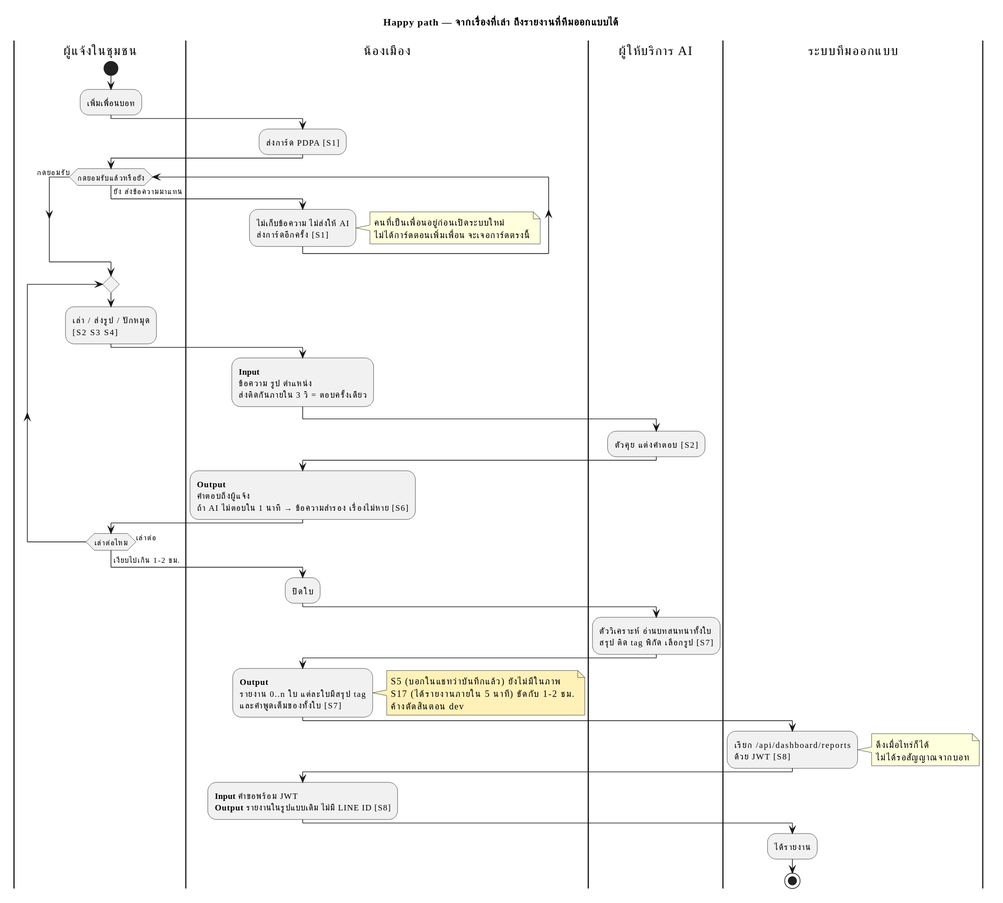
tonkitcstu/ucr-smartcity_chatbot keeps this PlantUML diagram as docs/requirements/05-activitydiagram/happy-path.svg. Above is the earlier version. Its diagram source:
```plantuml
@startuml
skinparam defaultFontName "Thonburi"
skinparam shadowing false

title Happy path — จากเรื่องที่เล่า ถึงรายงานที่ทีมออกแบบได้

|ผู้แจ้งในชุมชน|
start
:เพิ่มเพื่อนบอท;

|น้องเมือง|
:ส่งการ์ด PDPA [S1];

|ผู้แจ้งในชุมชน|
while (กดยอมรับแล้วหรือยัง) is (ยัง ส่งข้อความมาแทน)
  |น้องเมือง|
  :ไม่เก็บข้อความ ไม่ส่งให้ AI
  ส่งการ์ดอีกครั้ง [S1];
  note right
    คนที่เป็นเพื่อนอยู่ก่อนเปิดระบบใหม่
    ไม่ได้การ์ดตอนเพิ่มเพื่อน จะเจอการ์ดตรงนี้
  end note
  |ผู้แจ้งในชุมชน|
endwhile (กดยอมรับ)

repeat
  :เล่า / ส่งรูป / ปักหมุด
  [S2 S3 S4];

  |น้องเมือง|
  :<b>Input</b>
  ข้อความ รูป ตำแหน่ง
  ส่งติดกันภายใน 3 วิ = ตอบครั้งเดียว;

  |ผู้ให้บริการ AI|
  :ตัวคุย แต่งคำตอบ [S2];

  |น้องเมือง|
  :<b>Output</b>
  คำตอบถึงผู้แจ้ง
  ถ้า AI ไม่ตอบใน 1 นาที → ข้อความสำรอง เรื่องไม่หาย [S6];

  |ผู้แจ้งในชุมชน|
repeat while (เล่าต่อไหม) is (เล่าต่อ)
->เงียบไปเกิน 1-2 ชม.;

|น้องเมือง|
:ปิดใบ;

|ผู้ให้บริการ AI|
:ตัววิเคราะห์ อ่านบทสนทนาทั้งใบ
สรุป ติด tag พิกัด เลือกรูป [S7];

|น้องเมือง|
:<b>Output</b>
รายงาน 0..n ใบ แต่ละใบมีสรุป tag
และคำพูดเต็มของทั้งใบ [S7];
note right #FFF1B8
  S5 (บอกในแชทว่าบันทึกแล้ว) ยังไม่มีในภาพ
  S17 (ได้รายงานภายใน 5 นาที) ขัดกับ 1-2 ชม.
  ค้างตัดสินตอน dev
end note

|ระบบทีมออกแบบ|
:เรียก /api/dashboard/reports
ด้วย JWT [S8];
note right
  ดึงเมื่อไหร่ก็ได้
  ไม่ได้รอสัญญาณจากบอท
end note

|น้องเมือง|
:<b>Input</b> คำขอพร้อม JWT
<b>Output</b> รายงานในรูปแบบเดิม ไม่มี LINE ID [S8];

|ระบบทีมออกแบบ|
:ได้รายงาน;
stop
@enduml
```
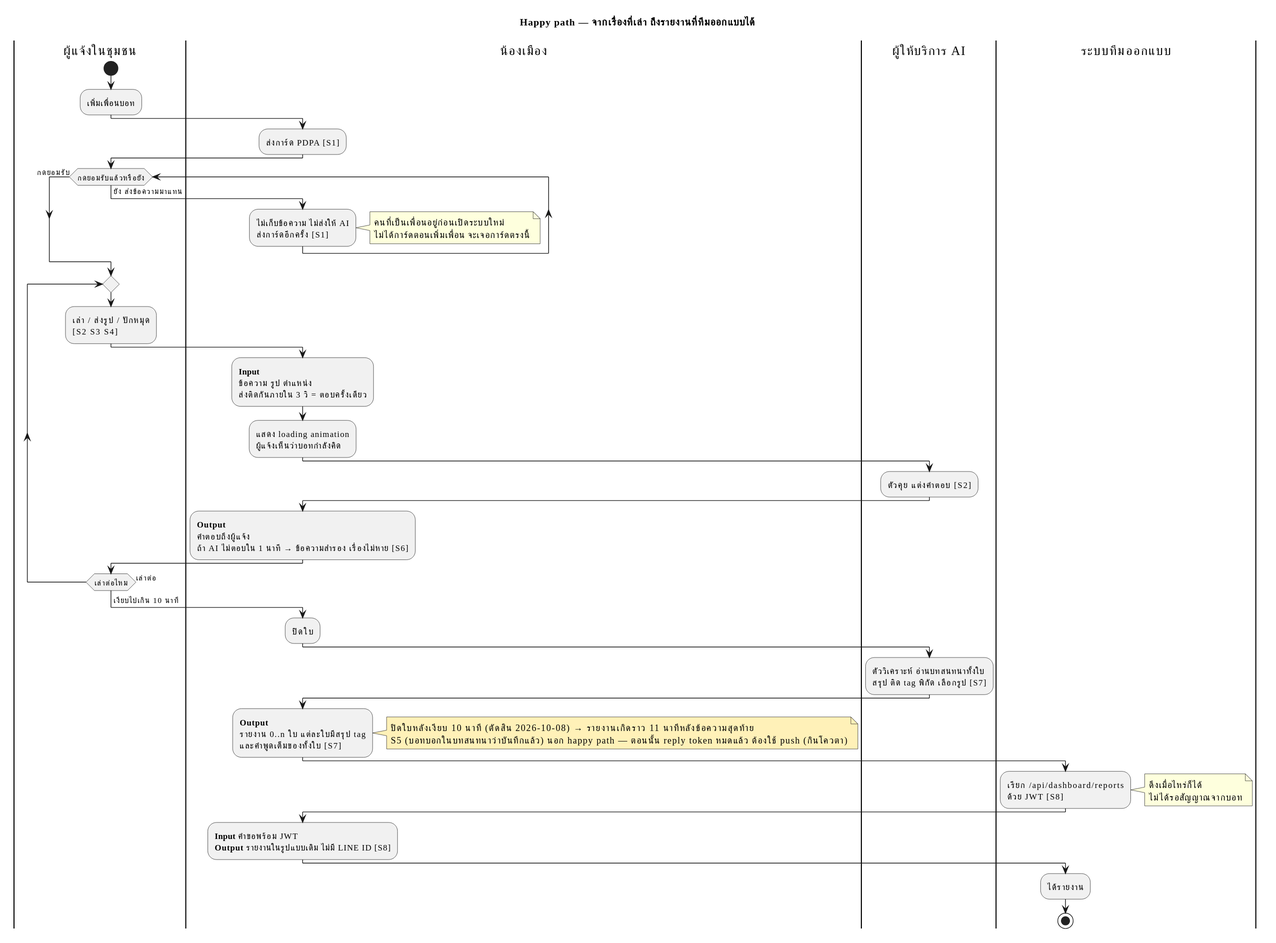
Later version of the same file.

Commit message:
docs: ปิดใบหลังเงียบ 10 นาที + loading animation เข้า happy path

The edit, as a diff of the source:
```diff
@@ -31,6 +31,8 @@
   :<b>Input</b>
   ข้อความ รูป ตำแหน่ง
   ส่งติดกันภายใน 3 วิ = ตอบครั้งเดียว;
+  :แสดง loading animation
+  ผู้แจ้งเห็นว่าบอทกำลังคิด;
 
   |ผู้ให้บริการ AI|
   :ตัวคุย แต่งคำตอบ [S2];
@@ -42,7 +44,7 @@
 
   |ผู้แจ้งในชุมชน|
 repeat while (เล่าต่อไหม) is (เล่าต่อ)
-->เงียบไปเกิน 1-2 ชม.;
+->เงียบไปเกิน 10 นาที;
 
 |น้องเมือง|
 :ปิดใบ;
@@ -56,9 +58,8 @@
 รายงาน 0..n ใบ แต่ละใบมีสรุป tag
 และคำพูดเต็มของทั้งใบ [S7];
 note right #FFF1B8
-  S5 (บอกในแชทว่าบันทึกแล้ว) ยังไม่มีในภาพ
-  S17 (ได้รายงานภายใน 5 นาที) ขัดกับ 1-2 ชม.
-  ค้างตัดสินตอน dev
+  ปิดใบหลังเงียบ 10 นาที (ตัดสิน 2026-10-08) → รายงานเกิดราว 11 นาทีหลังข้อความสุดท้าย
+  S5 (บอทบอกในบทสนทนาว่าบันทึกแล้ว) นอก happy path — ตอนนั้น reply token หมดแล้ว ต้องใช้ push (กินโควตา)
 end note
 
 |ระบบทีมออกแบบ|
```
